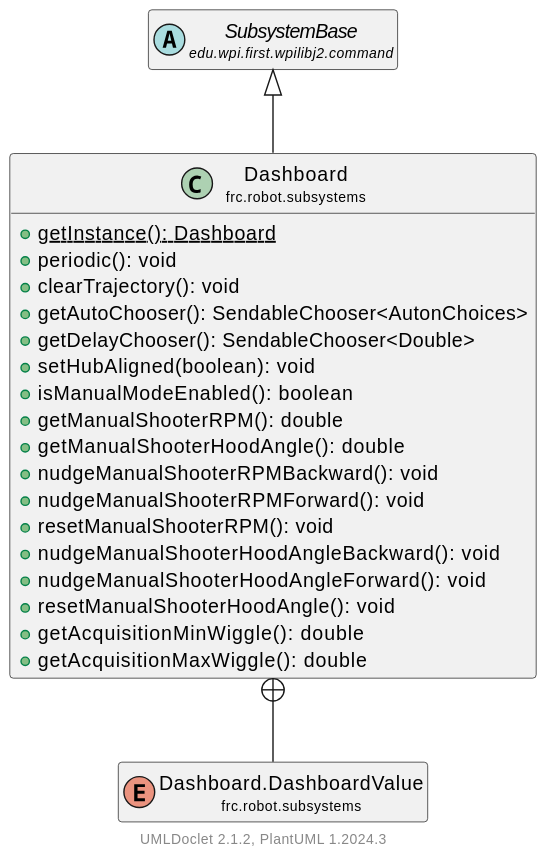
Before: docs/uml/frc/robot/subsystems/Dashboard.svg, a diagram exported from PlantUML (LakotaRobotics1038/2026RobotProject).
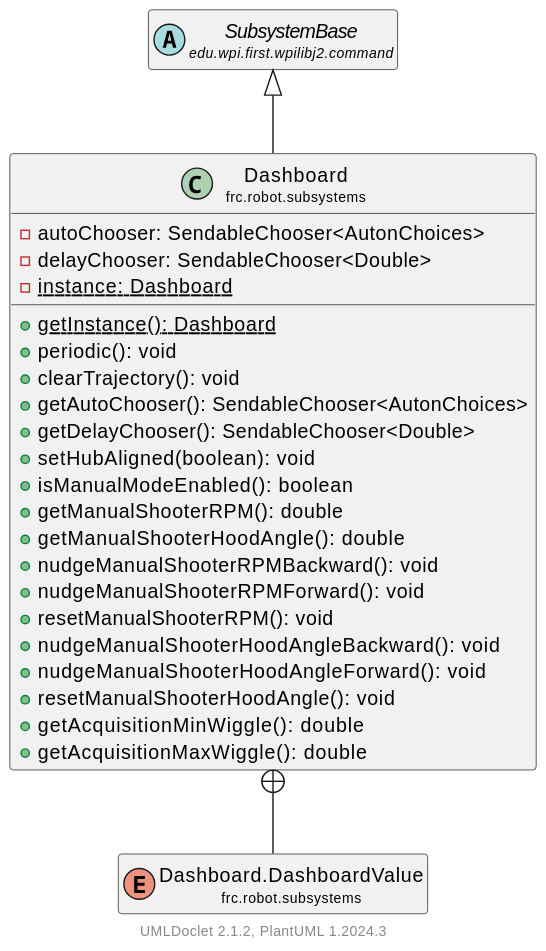
Later version of the same file.

What changed in the source:
```diff
@@ -4,6 +4,9 @@
     hide empty methods
 
     class "<size:14>Dashboard\n<size:10>frc.robot.subsystems" as frc.robot.subsystems.Dashboard [[Dashboard.html]] {
+        -autoChooser: SendableChooser<AutonChoices>
+        -delayChooser: SendableChooser<Double>
+        {static} -instance: Dashboard
         {static} +getInstance(): Dashboard
         +periodic(): void
         +clearTrajectory(): void
```
